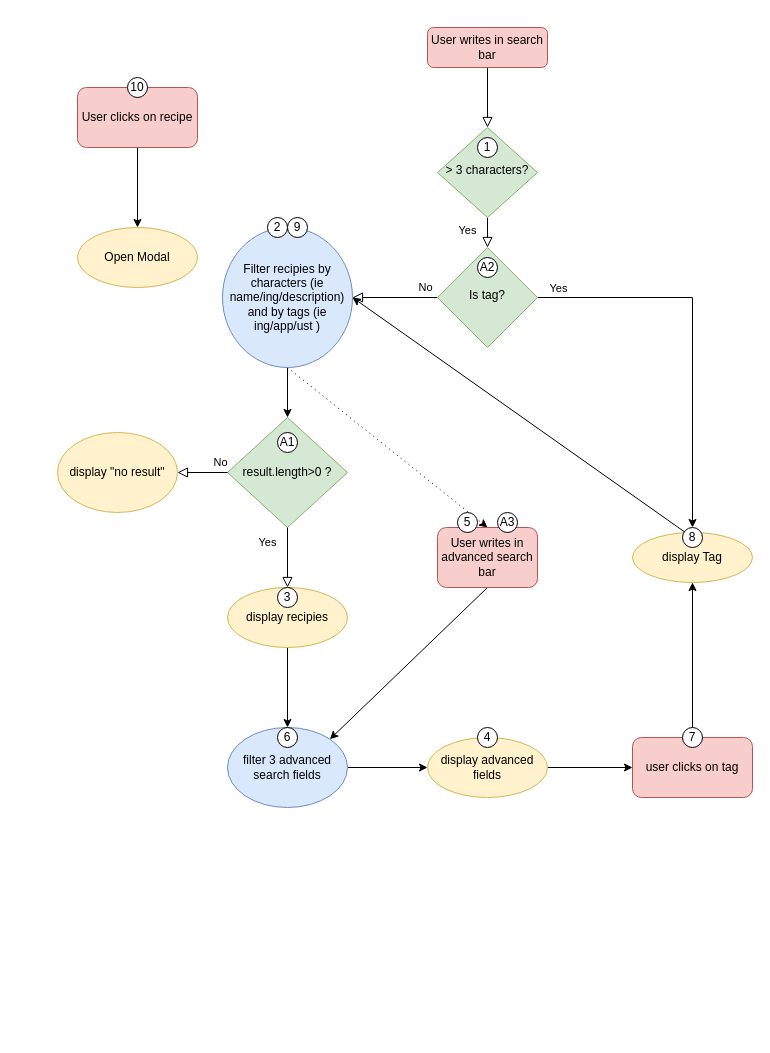
This is docs de cours/algorigramme.drawio from MarionDoubeck/MarionDoubeck_7_08122021, a draw.io file, before an edit. Source tidied: cells renumbered, new cells numbered last; positions are measured from the earlier drawing's top-left corner, leaving out a move shared by most shapes. Both pictures are drawn from the tidied source at 100%, with x=0, y=0 at pixel (57, 27).
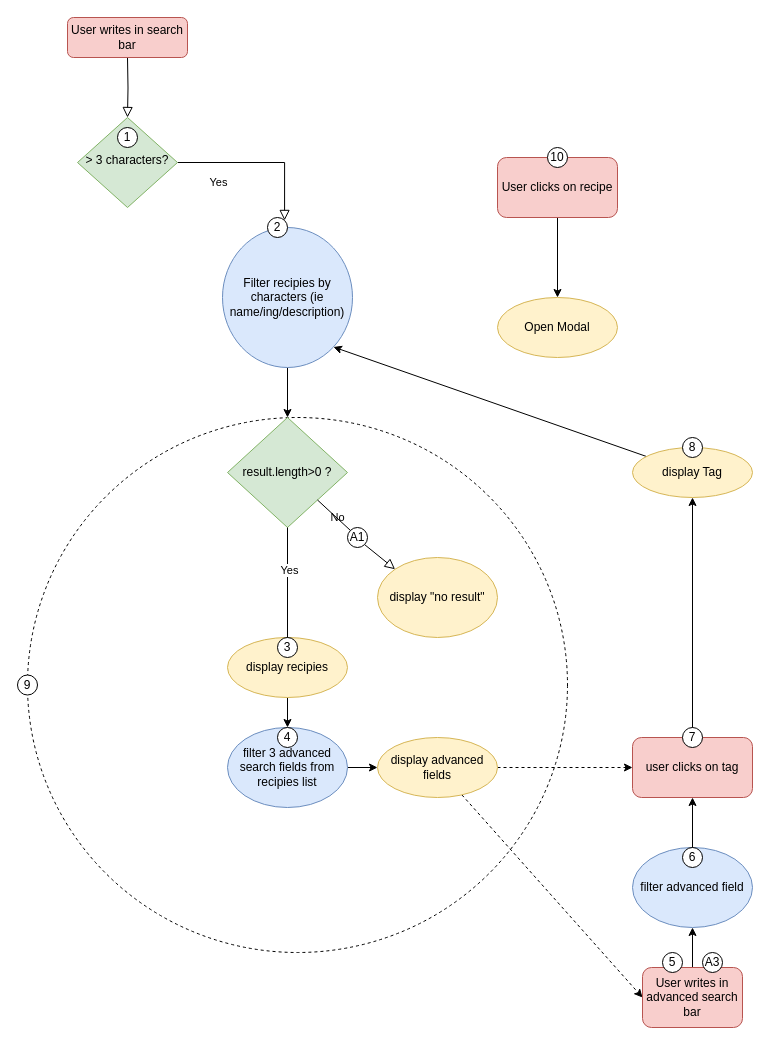
The same page after the edit.

The change refers to these unchanged cells:
```xml
<mxCell id="13" value="result.length&amp;gt;0 ?" style="rhombus;whiteSpace=wrap;html=1;fillColor=#d5e8d4;strokeColor=#82b366;" parent="1" vertex="1">
  <mxGeometry x="170" y="390" width="120" height="110" as="geometry" />
</mxCell>
<mxCell id="26" value="user clicks on tag" style="rounded=1;whiteSpace=wrap;html=1;fillColor=#f8cecc;strokeColor=#b85450;" parent="1" vertex="1">
  <mxGeometry x="575" y="710" width="120" height="60" as="geometry" />
</mxCell>
<mxCell id="30" value="2" style="ellipse;whiteSpace=wrap;html=1;" parent="1" vertex="1">
  <mxGeometry x="210" y="190" width="20" height="20" as="geometry" />
</mxCell>
```

The edit, as a diff of the source:
```diff
@@
+    <mxCell id="45" value="filter advanced field" style="ellipse;whiteSpace=wrap;html=1;fillColor=#dae8fc;strokeColor=#6c8ebf;" parent="1" vertex="1">
+      <mxGeometry x="575" y="820" width="120" height="80" as="geometry" />
+    </mxCell>
+    <mxCell id="46" style="ellipse;whiteSpace=wrap;html=1;dashed=1;" parent="1" vertex="1">
+      <mxGeometry x="-30" y="390" width="540" height="535" as="geometry" />
+    </mxCell>
-    <mxCell id="2" style="rounded=0;html=1;jettySize=auto;fontSize=11;endArrow=block;endFill=0;endSize=8;strokeWidth=1;shadow=0;labelBackgroundColor=none;edgeStyle=orthogonalEdgeStyle;" parent="1" edge="1" source="3" target="5">
-      <mxGeometry relative="1" as="geometry" />
+    <mxCell id="2" style="rounded=0;html=1;jettySize=auto;fontSize=11;endArrow=block;endFill=0;endSize=8;strokeWidth=1;shadow=0;labelBackgroundColor=none;edgeStyle=orthogonalEdgeStyle;" parent="1" edge="1" target="5">
+      <mxGeometry relative="1" as="geometry">
+        <mxPoint x="70" y="30" as="sourcePoint" />
+      </mxGeometry>
     </mxCell>
     <mxCell id="3" value="User writes in search bar" style="rounded=1;whiteSpace=wrap;html=1;fontSize=12;glass=0;strokeWidth=1;shadow=0;fillColor=#f8cecc;strokeColor=#b85450;" parent="1" vertex="1">
-      <mxGeometry x="370" width="120" height="40" as="geometry" />
+      <mxGeometry x="10" y="-10" width="120" height="40" as="geometry" />
     </mxCell>
-    <mxCell id="4" value="Yes" style="rounded=0;html=1;jettySize=auto;fontSize=11;endArrow=block;endFill=0;endSize=8;strokeWidth=1;shadow=0;labelBackgroundColor=none;edgeStyle=orthogonalEdgeStyle;" parent="1" edge="1" source="5" target="9">
+    <mxCell id="4" value="Yes" style="rounded=0;html=1;jettySize=auto;fontSize=11;endArrow=block;endFill=0;endSize=8;strokeWidth=1;shadow=0;labelBackgroundColor=none;edgeStyle=orthogonalEdgeStyle;entryX=1;entryY=0;entryDx=0;entryDy=0;" parent="1" edge="1" source="5" target="30">
       <mxGeometry x="-0.5" y="-20" relative="1" as="geometry" />
     </mxCell>
     <mxCell id="5" value="&amp;gt; 3 characters?" style="rhombus;whiteSpace=wrap;html=1;shadow=0;fontFamily=Helvetica;fontSize=12;align=center;strokeWidth=1;spacing=6;spacingTop=-4;fillColor=#d5e8d4;strokeColor=#82b366;" parent="1" vertex="1">
-      <mxGeometry x="380" y="100" width="100" height="90" as="geometry" />
+      <mxGeometry x="20" y="90" width="100" height="90" as="geometry" />
     </mxCell>
-    <mxCell id="6" value="No" style="rounded=0;html=1;jettySize=auto;fontSize=11;endArrow=block;endFill=0;endSize=8;strokeWidth=1;shadow=0;labelBackgroundColor=none;edgeStyle=orthogonalEdgeStyle;entryX=1;entryY=0.5;entryDx=0;entryDy=0;" parent="1" edge="1" source="9" target="12">
-      <mxGeometry x="-0.71" y="-10" relative="1" as="geometry" />
-    </mxCell>
-    <mxCell id="7" style="edgeStyle=orthogonalEdgeStyle;rounded=0;jettySize=auto;html=1;entryX=0.5;entryY=0;entryDx=0;entryDy=0;" parent="1" edge="1" source="9" target="44">
-      <mxGeometry relative="1" as="geometry" />
-    </mxCell>
-    <mxCell id="8" value="Yes" style="edgeLabel;html=1;align=center;verticalAlign=middle;" parent="7" vertex="1">
-      <mxGeometry x="-0.41" y="1" relative="1" as="geometry">
-        <mxPoint x="-94" y="-9" as="offset" />
-      </mxGeometry>
-    </mxCell>
-    <mxCell id="9" value="Is tag?" style="rhombus;whiteSpace=wrap;html=1;shadow=0;fontFamily=Helvetica;fontSize=12;align=center;strokeWidth=1;spacing=6;spacingTop=-4;fillColor=#d5e8d4;strokeColor=#82b366;" parent="1" vertex="1">
-      <mxGeometry x="380" y="220" width="100" height="100" as="geometry" />
-    </mxCell>
-    <mxCell id="10" style="edgeStyle=none;rounded=0;jettySize=auto;html=1;exitX=0.5;exitY=1;exitDx=0;exitDy=0;entryX=0.5;entryY=0;entryDx=0;entryDy=0;dashed=1;dashPattern=1 4;" parent="1" edge="1" source="12" target="24">
-      <mxGeometry relative="1" as="geometry" />
-    </mxCell>
@@
-    <mxCell id="12" value="Filter recipies by characters (ie name/ing/description)&lt;br&gt;and by tags (ie ing/app/ust )" style="ellipse;whiteSpace=wrap;html=1;fillColor=#dae8fc;strokeColor=#6c8ebf;" parent="1" vertex="1">
+    <mxCell id="12" value="Filter recipies by characters (ie name/ing/description)" style="ellipse;whiteSpace=wrap;html=1;fillColor=#dae8fc;strokeColor=#6c8ebf;" parent="1" vertex="1">
       <mxGeometry x="165" y="200" width="130" height="140" as="geometry" />
     </mxCell>
@@
     <mxCell id="14" value="display &quot;no result&quot;" style="ellipse;whiteSpace=wrap;html=1;fillColor=#fff2cc;strokeColor=#d6b656;" parent="1" vertex="1">
-      <mxGeometry y="405" width="120" height="80" as="geometry" />
+      <mxGeometry x="320" y="530" width="120" height="80" as="geometry" />
     </mxCell>
@@
     <mxCell id="16" value="display recipies" style="ellipse;whiteSpace=wrap;html=1;fillColor=#fff2cc;strokeColor=#d6b656;" parent="1" vertex="1">
-      <mxGeometry x="170" y="560" width="120" height="60" as="geometry" />
+      <mxGeometry x="170" y="610" width="120" height="60" as="geometry" />
     </mxCell>
-    <mxCell id="17" value="Yes" style="rounded=0;html=1;jettySize=auto;fontSize=11;endArrow=block;endFill=0;endSize=8;strokeWidth=1;shadow=0;labelBackgroundColor=none;edgeStyle=orthogonalEdgeStyle;exitX=0.5;exitY=1;exitDx=0;exitDy=0;entryX=0.5;entryY=0;entryDx=0;entryDy=0;" parent="1" edge="1" source="13" target="16">
-      <mxGeometry x="-0.5" y="-20" relative="1" as="geometry" />
-    </mxCell>
-    <mxCell id="18" value="No" style="rounded=0;html=1;jettySize=auto;fontSize=11;endArrow=block;endFill=0;endSize=8;strokeWidth=1;shadow=0;labelBackgroundColor=none;edgeStyle=orthogonalEdgeStyle;exitX=0;exitY=0.5;exitDx=0;exitDy=0;entryX=1;entryY=0.5;entryDx=0;entryDy=0;" parent="1" edge="1" source="13" target="14">
-      <mxGeometry x="-0.71" y="-10" relative="1" as="geometry" />
+    <mxCell id="18" value="No" style="rounded=0;html=1;jettySize=auto;fontSize=11;endArrow=block;endFill=0;endSize=8;strokeWidth=1;shadow=0;labelBackgroundColor=none;exitX=1;exitY=1;exitDx=0;exitDy=0;entryX=0;entryY=0;entryDx=0;entryDy=0;startArrow=none;" parent="1" edge="1" source="36" target="14">
+      <mxGeometry x="-1" y="38" relative="1" as="geometry">
+        <mxPoint x="-51" y="2" as="offset" />
+      </mxGeometry>
     </mxCell>
@@
-    <mxCell id="20" value="filter 3 advanced search fields" style="ellipse;whiteSpace=wrap;html=1;fillColor=#dae8fc;strokeColor=#6c8ebf;" parent="1" vertex="1">
+    <mxCell id="20" value="filter 3 advanced search fields from recipies list" style="ellipse;whiteSpace=wrap;html=1;fillColor=#dae8fc;strokeColor=#6c8ebf;" parent="1" vertex="1">
       <mxGeometry x="170" y="700" width="120" height="80" as="geometry" />
     </mxCell>
-    <mxCell id="21" style="edgeStyle=none;rounded=0;jettySize=auto;html=1;" parent="1" edge="1" source="22" target="26">
+    <mxCell id="21" style="edgeStyle=none;rounded=0;jettySize=auto;html=1;dashed=1;" parent="1" edge="1" source="22" target="26">
       <mxGeometry relative="1" as="geometry" />
     </mxCell>
+    <mxCell id="47" style="rounded=0;jettySize=auto;html=1;entryX=0;entryY=0.5;entryDx=0;entryDy=0;dashed=1;" parent="1" edge="1" source="22" target="24">
+      <mxGeometry relative="1" as="geometry" />
+    </mxCell>
     <mxCell id="22" value="display advanced fields" style="ellipse;whiteSpace=wrap;html=1;fillColor=#fff2cc;strokeColor=#d6b656;" parent="1" vertex="1">
-      <mxGeometry x="370" y="710" width="120" height="60" as="geometry" />
+      <mxGeometry x="320" y="710" width="120" height="60" as="geometry" />
     </mxCell>
-    <mxCell id="23" style="edgeStyle=none;rounded=0;jettySize=auto;html=1;exitX=0.5;exitY=1;exitDx=0;exitDy=0;entryX=1;entryY=0;entryDx=0;entryDy=0;" parent="1" edge="1" source="24" target="20">
+    <mxCell id="23" style="edgeStyle=none;rounded=0;jettySize=auto;html=1;exitX=0.5;exitY=1;exitDx=0;exitDy=0;entryX=0.5;entryY=1;entryDx=0;entryDy=0;" parent="1" edge="1" source="24" target="45">
       <mxGeometry relative="1" as="geometry" />
     </mxCell>
     <mxCell id="24" value="User writes in advanced search bar" style="rounded=1;whiteSpace=wrap;html=1;fillColor=#f8cecc;strokeColor=#b85450;" parent="1" vertex="1">
-      <mxGeometry x="380" y="500" width="100" height="60" as="geometry" />
+      <mxGeometry x="585" y="940" width="100" height="60" as="geometry" />
     </mxCell>
@@
     <mxCell id="28" value="User clicks on recipe" style="rounded=1;whiteSpace=wrap;html=1;fillColor=#f8cecc;strokeColor=#b85450;" parent="1" vertex="1">
-      <mxGeometry x="20" y="60" width="120" height="60" as="geometry" />
+      <mxGeometry x="440" y="130" width="120" height="60" as="geometry" />
     </mxCell>
     <mxCell id="29" value="Open Modal" style="ellipse;whiteSpace=wrap;html=1;rounded=1;fillColor=#fff2cc;strokeColor=#d6b656;" parent="1" vertex="1">
-      <mxGeometry x="20" y="200" width="120" height="60" as="geometry" />
+      <mxGeometry x="440" y="270" width="120" height="60" as="geometry" />
     </mxCell>
@@
     <mxCell id="31" value="1" style="ellipse;whiteSpace=wrap;html=1;" parent="1" vertex="1">
-      <mxGeometry x="420" y="110" width="20" height="20" as="geometry" />
+      <mxGeometry x="60" y="100" width="20" height="20" as="geometry" />
     </mxCell>
-    <mxCell id="32" value="3" style="ellipse;whiteSpace=wrap;html=1;" parent="1" vertex="1">
-      <mxGeometry x="220" y="560" width="20" height="20" as="geometry" />
-    </mxCell>
     <mxCell id="33" value="4" style="ellipse;whiteSpace=wrap;html=1;" parent="1" vertex="1">
-      <mxGeometry x="420" y="700" width="20" height="20" as="geometry" />
+      <mxGeometry x="220" y="700" width="20" height="20" as="geometry" />
     </mxCell>
     <mxCell id="34" value="5" style="ellipse;whiteSpace=wrap;html=1;" parent="1" vertex="1">
-      <mxGeometry x="400" y="485" width="20" height="20" as="geometry" />
+      <mxGeometry x="605" y="925" width="20" height="20" as="geometry" />
     </mxCell>
     <mxCell id="35" value="6" style="ellipse;whiteSpace=wrap;html=1;" parent="1" vertex="1">
-      <mxGeometry x="220" y="700" width="20" height="20" as="geometry" />
+      <mxGeometry x="625" y="820" width="20" height="20" as="geometry" />
     </mxCell>
-    <mxCell id="36" value="A1" style="ellipse;whiteSpace=wrap;html=1;" parent="1" vertex="1">
-      <mxGeometry x="220" y="405" width="20" height="20" as="geometry" />
-    </mxCell>
@@
     <mxCell id="38" value="9" style="ellipse;whiteSpace=wrap;html=1;" parent="1" vertex="1">
-      <mxGeometry x="230" y="190" width="20" height="20" as="geometry" />
+      <mxGeometry x="-40" y="647.5" width="20" height="20" as="geometry" />
     </mxCell>
     <mxCell id="39" value="10" style="ellipse;whiteSpace=wrap;html=1;" parent="1" vertex="1">
-      <mxGeometry x="70" y="50" width="20" height="20" as="geometry" />
+      <mxGeometry x="490" y="120" width="20" height="20" as="geometry" />
     </mxCell>
-    <mxCell id="40" value="A2" style="ellipse;whiteSpace=wrap;html=1;" parent="1" vertex="1">
-      <mxGeometry x="420" y="230" width="20" height="20" as="geometry" />
-    </mxCell>
     <mxCell id="41" value="A3" style="ellipse;whiteSpace=wrap;html=1;" parent="1" vertex="1">
-      <mxGeometry x="440" y="485" width="20" height="20" as="geometry" />
+      <mxGeometry x="645" y="925" width="20" height="20" as="geometry" />
     </mxCell>
-    <mxCell id="42" style="rounded=0;jettySize=auto;html=1;entryX=1;entryY=0.5;entryDx=0;entryDy=0;" parent="1" edge="1" source="44" target="12">
-      <mxGeometry relative="1" as="geometry" />
-    </mxCell>
+    <mxCell id="48" style="edgeStyle=none;rounded=0;jettySize=auto;html=1;entryX=1;entryY=1;entryDx=0;entryDy=0;" parent="1" edge="1" source="43" target="12">
+      <mxGeometry relative="1" as="geometry" />
+    </mxCell>
     <mxCell id="43" value="display Tag" style="ellipse;whiteSpace=wrap;html=1;rounded=1;fillColor=#fff2cc;strokeColor=#d6b656;" parent="1" vertex="1">
-      <mxGeometry x="575" y="505" width="120" height="50" as="geometry" />
+      <mxGeometry x="575" y="420" width="120" height="50" as="geometry" />
     </mxCell>
     <mxCell id="44" value="8" style="ellipse;whiteSpace=wrap;html=1;" parent="1" vertex="1">
-      <mxGeometry x="625" y="500" width="20" height="20" as="geometry" />
+      <mxGeometry x="625" y="410" width="20" height="20" as="geometry" />
     </mxCell>
+    <mxCell id="49" style="rounded=0;jettySize=auto;html=1;entryX=0.5;entryY=1;entryDx=0;entryDy=0;" parent="1" edge="1" source="45" target="26">
+      <mxGeometry relative="1" as="geometry" />
+    </mxCell>
+    <mxCell id="32" value="3" style="ellipse;whiteSpace=wrap;html=1;" parent="1" vertex="1">
+      <mxGeometry x="220" y="610" width="20" height="20" as="geometry" />
+    </mxCell>
+    <mxCell id="50" style="rounded=0;html=1;jettySize=auto;fontSize=11;endArrow=none;endFill=0;endSize=8;strokeWidth=1;shadow=0;labelBackgroundColor=none;edgeStyle=orthogonalEdgeStyle;exitX=0.5;exitY=1;exitDx=0;exitDy=0;entryX=0.5;entryY=0;entryDx=0;entryDy=0;" parent="1" edge="1" source="13" target="32">
+      <mxGeometry x="-0.5" y="-20" relative="1" as="geometry" />
+    </mxCell>
+    <mxCell id="8" value="Yes" style="edgeLabel;html=1;align=center;verticalAlign=middle;" parent="50" vertex="1">
+      <mxGeometry x="-0.24" y="1" relative="1" as="geometry" />
+    </mxCell>
+    <mxCell id="36" value="A1" style="ellipse;whiteSpace=wrap;html=1;" parent="1" vertex="1">
+      <mxGeometry x="290" y="500" width="20" height="20" as="geometry" />
+    </mxCell>
+    <mxCell id="51" style="rounded=0;html=1;jettySize=auto;fontSize=11;endArrow=none;endFill=0;endSize=8;strokeWidth=1;shadow=0;labelBackgroundColor=none;exitX=1;exitY=1;exitDx=0;exitDy=0;entryX=0;entryY=0;entryDx=0;entryDy=0;" parent="1" edge="1" source="13" target="36">
+      <mxGeometry x="-0.71" y="-10" relative="1" as="geometry" />
+    </mxCell>
```
